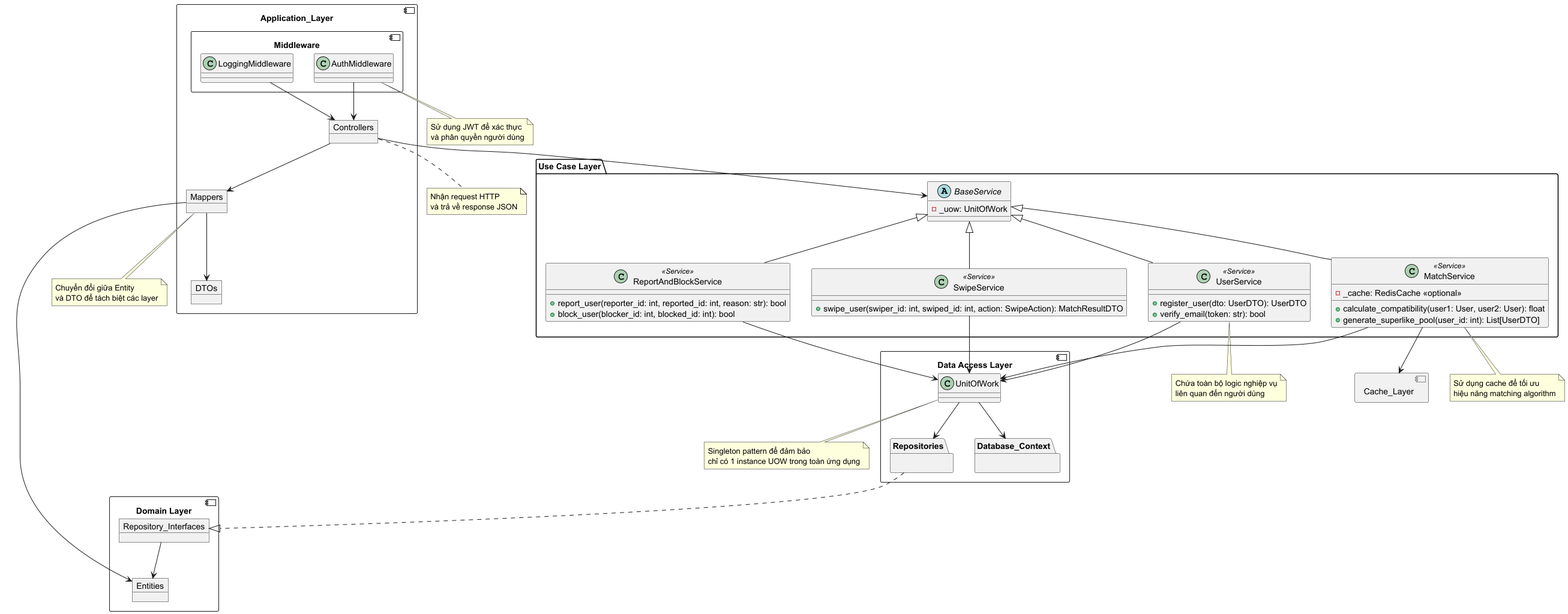
Above: docs/imgs/use_case_layer.png in tammysensitive2312/Tinder-Dating-App-_IT4409 (PlantUML), before the change.
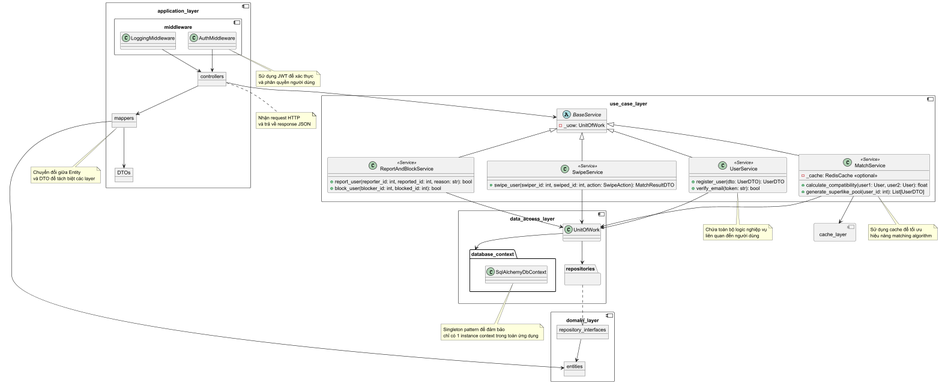
The same file after the commit.

Diff of the diagram source:
```diff
@@ -1,5 +1,5 @@
 @startuml use_case_layer
-package "Use Case Layer" {
+component use_case_layer {
 
     abstract class BaseService {
         -_uow: UnitOfWork
@@ -26,56 +26,58 @@
     }
 }
 
-component "Domain Layer" {
-    object Entities
-    object Repository_Interfaces
+component domain_layer {
+    object entities
+    object repository_interfaces
 }
 
-component "Data Access Layer" {
+component data_access_layer {
     class UnitOfWork
-    package Repositories {}
-    package Database_Context {}
+    package repositories {}
+    package database_context {
+        class SqlAlchemyDbContext
+    }
 }
-component "Application_Layer" {
-    object Controllers
-    object Mappers
+component application_layer {
+    object controllers
+    object mappers
     object DTOs
-    component Middleware {
+    component middleware {
         class AuthMiddleware
         class LoggingMiddleware
     }
 }
 
-component Cache_Layer {
+component cache_layer {
 }
 
 
-Controllers --> BaseService
-Controllers --> Mappers
+controllers --> BaseService
+controllers --> mappers
 
 UserService --> UnitOfWork
 MatchService --> UnitOfWork
 ReportAndBlockService --> UnitOfWork
 SwipeService --> UnitOfWork
-MatchService --> Cache_Layer
+MatchService --> cache_layer
 
-Mappers --> Entities
-Mappers --> DTOs
+mappers --> entities
+mappers --> DTOs
 
-AuthMiddleware --> Controllers
-LoggingMiddleware --> Controllers
+AuthMiddleware --> controllers
+LoggingMiddleware --> controllers
 
-UnitOfWork --> Database_Context
-UnitOfWork --> Repositories
+UnitOfWork --> database_context
+UnitOfWork --> repositories
 
-Repositories ..|> Repository_Interfaces
-Repository_Interfaces --> Entities
+repositories ..|> repository_interfaces
+repository_interfaces --> entities
 
-note bottom of UnitOfWork: Singleton pattern để đảm bảo\nchỉ có 1 instance UOW trong toàn ứng dụng
+note bottom of SqlAlchemyDbContext: Singleton pattern để đảm bảo\nchỉ có 1 instance context trong toàn ứng dụng
 note bottom of AuthMiddleware: Sử dụng JWT để xác thực\nvà phân quyền người dùng
 note bottom of UserService: Chứa toàn bộ logic nghiệp vụ\nliên quan đến người dùng
 note bottom of MatchService: Sử dụng cache để tối ưu\nhiệu năng matching algorithm
-note bottom of Controllers: Nhận request HTTP\nvà trả về response JSON
-note bottom of Mappers: Chuyển đổi giữa Entity\nvà DTO để tách biệt các layer
+note bottom of controllers: Nhận request HTTP\nvà trả về response JSON
+note bottom of mappers: Chuyển đổi giữa Entity\nvà DTO để tách biệt các layer
 
 @enduml
```
